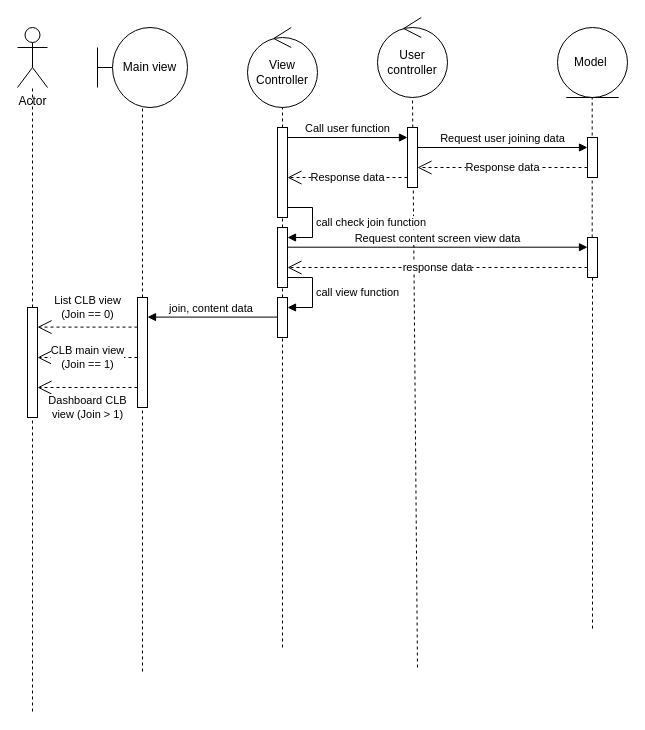
This is page "Main view" (5 of 12) of diagram.drawio from ZanhhTrann/finall_project-, a draw.io file, before an edit. Source tidied: cells renumbered, new cells numbered last; positions are measured from the earlier drawing's top-left corner, leaving out a move shared by most shapes. Both pictures are drawn from the tidied source at 100%, with x=0, y=0 at pixel (17, 17).
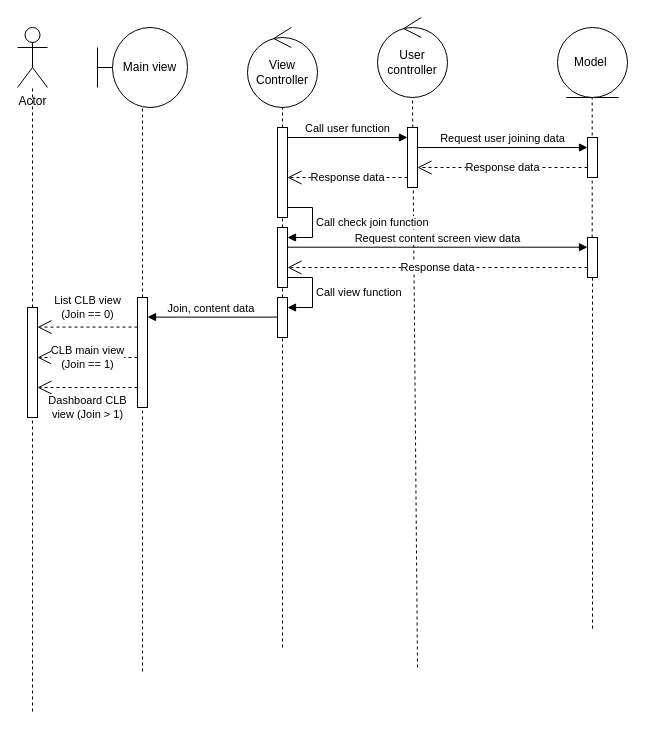
The same page after the edit.

Unchanged cells that the change refers to:
```xml
<mxCell id="18" style="html=1;points=[[0,0,0,0,5],[0,1,0,0,-5],[1,0,0,0,5],[1,1,0,0,-5]];perimeter=orthogonalPerimeter;outlineConnect=0;targetShapes=umlLifeline;portConstraint=eastwest;newEdgeStyle={&quot;curved&quot;:0,&quot;rounded&quot;:0};" parent="1" vertex="1">
  <mxGeometry x="260" y="210" width="10" height="60" as="geometry" />
</mxCell>
```

What changed in the source:
```diff
@@
-    <mxCell id="23" value="call check join function&amp;nbsp;" style="html=1;align=left;spacingLeft=2;endArrow=block;rounded=0;edgeStyle=orthogonalEdgeStyle;curved=0;rounded=0;" parent="1" edge="1" target="18">
+    <mxCell id="23" value="Call check join function&amp;nbsp;" style="html=1;align=left;spacingLeft=2;endArrow=block;rounded=0;edgeStyle=orthogonalEdgeStyle;curved=0;rounded=0;" parent="1" edge="1" target="18">
       <mxGeometry relative="1" as="geometry">
         <mxPoint x="270" y="190" as="sourcePoint" />
         <Array as="points">
           <mxPoint x="295" y="190" />
           <mxPoint x="295" y="220" />
         </Array>
       </mxGeometry>
     </mxCell>
@@
-    <mxCell id="28" value="response data" style="endArrow=open;endSize=12;dashed=1;html=1;rounded=0;" parent="1" edge="1" target="18">
+    <mxCell id="28" value="Response data" style="endArrow=open;endSize=12;dashed=1;html=1;rounded=0;" parent="1" edge="1" target="18">
       <mxGeometry relative="1" as="geometry">
         <mxPoint x="570" y="250" as="sourcePoint" />
       </mxGeometry>
     </mxCell>
-    <mxCell id="29" value="call view function&amp;nbsp;" style="html=1;align=left;spacingLeft=2;endArrow=block;rounded=0;edgeStyle=orthogonalEdgeStyle;curved=0;rounded=0;" parent="1" edge="1">
+    <mxCell id="29" value="Call view function&amp;nbsp;" style="html=1;align=left;spacingLeft=2;endArrow=block;rounded=0;edgeStyle=orthogonalEdgeStyle;curved=0;rounded=0;" parent="1" edge="1">
       <mxGeometry relative="1" as="geometry">
         <mxPoint x="270" y="260" as="sourcePoint" />
         <mxPoint x="270" y="290" as="targetPoint" />
         <Array as="points">
           <mxPoint x="295" y="260" />
           <mxPoint x="295" y="290" />
         </Array>
       </mxGeometry>
     </mxCell>
-    <mxCell id="30" value="&lt;div style=&quot;text-align: left;&quot;&gt;join, content data&amp;nbsp;&lt;/div&gt;" style="html=1;verticalAlign=bottom;endArrow=block;curved=0;rounded=0;" parent="1" edge="1">
+    <mxCell id="30" value="&lt;div style=&quot;text-align: left;&quot;&gt;Join, content data&amp;nbsp;&lt;/div&gt;" style="html=1;verticalAlign=bottom;endArrow=block;curved=0;rounded=0;" parent="1" edge="1">
       <mxGeometry relative="1" as="geometry">
         <mxPoint x="260" y="299.6" as="sourcePoint" />
         <mxPoint x="130" y="299.6" as="targetPoint" />
         <Array as="points">
           <mxPoint x="160" y="299.6" />
         </Array>
       </mxGeometry>
     </mxCell>
```
